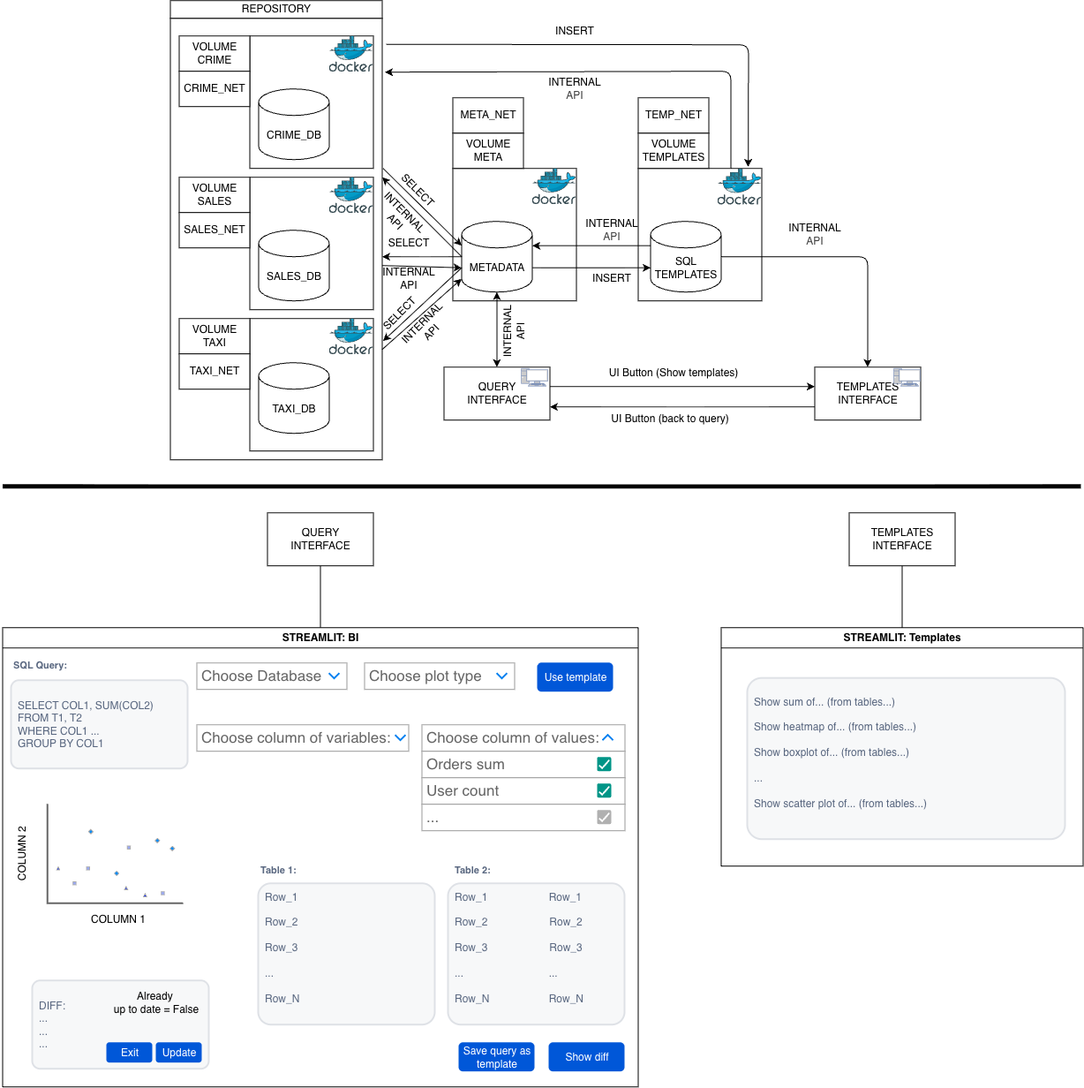
Above: 1-sem/database-management/schema/l1.png in MathematicLove/spbstu-iccs-mcs-magistracy (draw.io), before the change. Source tidied: cells renumbered, new cells last; positions are measured from the earlier drawing's top-left corner, leaving out a move shared by most shapes.
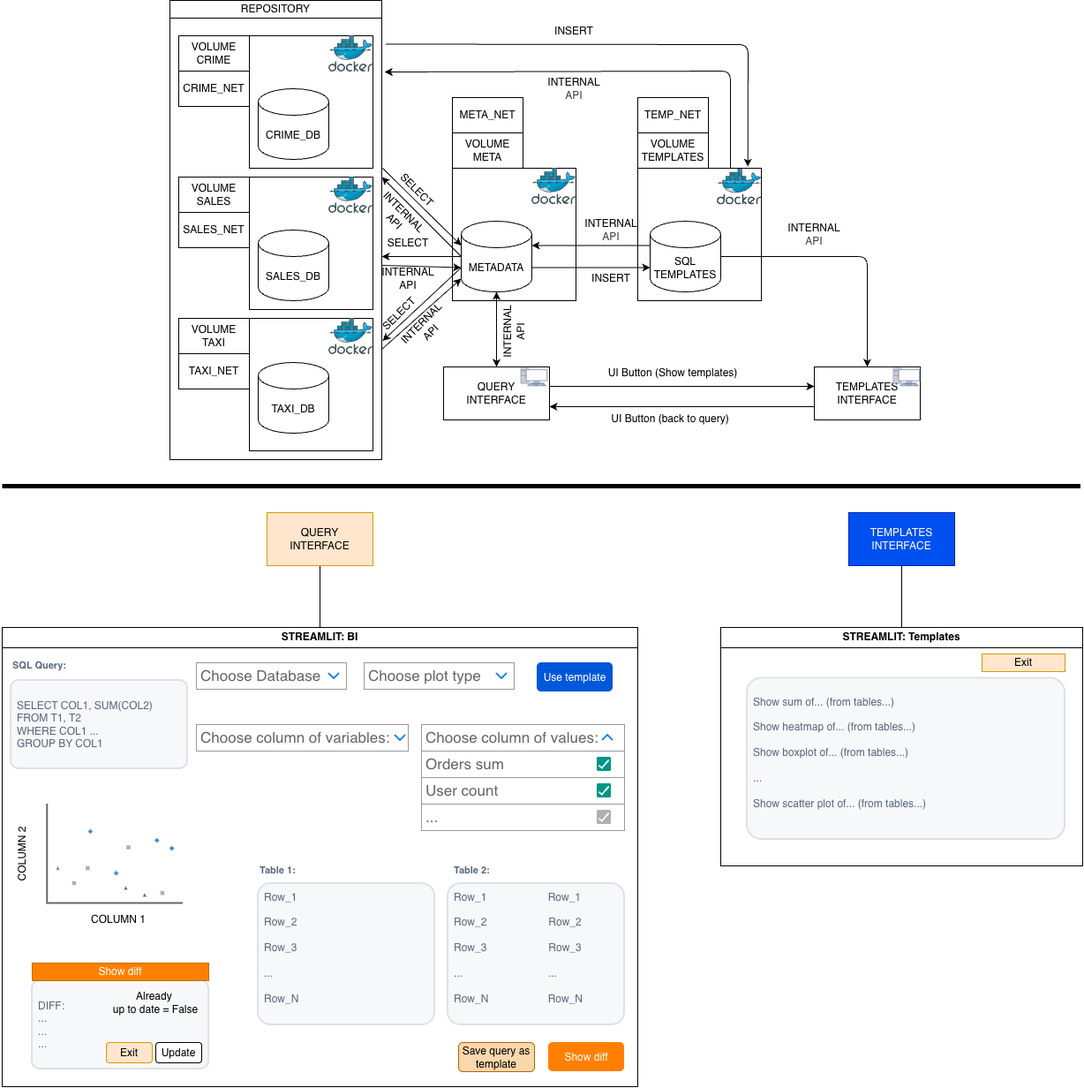
Above is the later version.

Change to the diagram source:
```diff
@@ -199,18 +199,21 @@
     <mxCell id="60" value="Show sum of... (from tables...)&lt;br&gt;&lt;div style=&quot;color: rgb(63, 63, 63); scrollbar-color: rgb(226, 226, 226) rgb(251, 251, 251);&quot;&gt;&lt;span style=&quot;color: rgb(63, 63, 63); scrollbar-color: rgb(226, 226, 226) rgb(251, 251, 251); font-family: monospace; font-size: 0px;&quot;&gt;%3CmxGraphModel%3E%3Croot%3E%3CmxCell%20id%3D%220%22%2F%3E%3CmxCell%20id%3D%221%22%20parent%3D%220%22%2F%3E%3CmxCell%20id%3D%222%22%20value%3D%22SELECT%20COL1%2C%20SUM(COL2)%26lt%3Bdiv%26gt%3BFROM%20T1%2C%20T2%26lt%3B%2Fdiv%26gt%3B%26lt%3Bdiv%26gt%3BWHERE%20COL1%20...%26lt%3B%2Fdiv%26gt%3B%26lt%3Bdiv%26gt%3BGROUP%20BY%20COL1%26lt%3B%2Fdiv%26gt%3B%22%20style%3D%22rounded%3D1%3BarcSize%3D9%3BfillColor%3D%23F7F8F9%3Balign%3Dleft%3BspacingLeft%3D5%3BstrokeColor%3D%23DEE1E6%3Bhtml%3D1%3BstrokeWidth%3D2%3BfontColor%3D%23596780%3BfontSize%3D12%22%20vertex%3D%221%22%20parent%3D%221%22%3E%3CmxGeometry%20x%3D%22414%22%20y%3D%22900%22%20width%3D%22200%22%20height%3D%22100%22%20as%3D%22geometry%22%2F%3E%3C%2FmxCell%3E%3C%2Froot%3E%3C%2FmxGraphM&lt;/span&gt;&lt;/div&gt;&lt;div style=&quot;scrollbar-color: rgb(226, 226, 226) rgb(251, 251, 251); color: rgb(63, 63, 63);&quot;&gt;&lt;span style=&quot;scrollbar-color: rgb(226, 226, 226) rgb(251, 251, 251); color: rgb(63, 63, 63);&quot;&gt;&lt;span style=&quot;color: rgb(89, 103, 128); font-family: Helvetica; font-size: 12px;&quot;&gt;Show heatmap of...&amp;nbsp;&lt;/span&gt;&lt;span style=&quot;color: rgb(89, 103, 128);&quot;&gt;(from tables...)&lt;/span&gt;&lt;div style=&quot;color: rgb(63, 63, 63); font-family: Helvetica; font-size: 12px; scrollbar-color: rgb(226, 226, 226) rgb(251, 251, 251);&quot;&gt;&lt;span style=&quot;color: rgb(63, 63, 63); scrollbar-color: rgb(226, 226, 226) rgb(251, 251, 251); font-family: monospace; font-size: 0px;&quot;&gt;%3CmxGraphModel%3E%3Croot%3E%3CmxCell%20id%3D%220%22%2F%3E%3CmxCell%20id%3D%221%22%20parent%3D%220%22%2F%3E%3CmxCell%20id%3D%222%22%20value%3D%22SELECT%20COL1%2C%20SUM(COL2)%26lt%3Bdiv%26gt%3BFROM%20T1%2C%20T2%26lt%3B%2Fdiv%26gt%3B%26lt%3Bdiv%26gt%3BWHERE%20COL1%20...%26lt%3B%2Fdiv%26gt%3B%26lt%3Bdiv%26gt%3BGROUP%20BY%20COL1%26lt%3B%2Fdiv%26gt%3B%22%20style%3D%22rounded%3D1%3BarcSize%3D9%3BfillColor%3D%23F7F8F9%3Balign%3Dleft%3BspacingLeft%3D5%3BstrokeColor%3D%23DEE1E6%3Bhtml%3D1%3BstrokeWidth%3D2%3BfontColor%3D%23596780%3BfontSize%3D12%22%20vertex%3D%221%22%20parent%3D%221%22%3E%3CmxGeometry%20x%3D%22414%22%20y%3D%22900%22%20width%3D%22200%22%20height%3D%22100%22%20as%3D%22geometry%22%2F%3E%3C%2FmxCell%3E%3C%2Froot%3E%3C%2FmxGraphM&lt;/span&gt;&lt;/div&gt;&lt;div style=&quot;scrollbar-color: rgb(226, 226, 226) rgb(251, 251, 251); color: rgb(63, 63, 63);&quot;&gt;&lt;span style=&quot;scrollbar-color: rgb(226, 226, 226) rgb(251, 251, 251); color: rgb(63, 63, 63);&quot;&gt;&lt;span style=&quot;color: rgb(89, 103, 128); font-family: Helvetica; font-size: 12px;&quot;&gt;Show boxplot of...&amp;nbsp;&lt;/span&gt;&lt;span style=&quot;color: rgb(89, 103, 128);&quot;&gt;(from tables...)&lt;/span&gt;&lt;div style=&quot;color: rgb(63, 63, 63); font-family: Helvetica; font-size: 12px; scrollbar-color: rgb(226, 226, 226) rgb(251, 251, 251);&quot;&gt;&lt;span style=&quot;color: rgb(63, 63, 63); scrollbar-color: rgb(226, 226, 226) rgb(251, 251, 251); font-family: monospace; font-size: 0px;&quot;&gt;%3CmxGraphModel%3E%3Croot%3E%3CmxCell%20id%3D%220%22%2F%3E%3CmxCell%20id%3D%221%22%20parent%3D%220%22%2F%3E%3CmxCell%20id%3D%222%22%20value%3D%22SELECT%20COL1%2C%20SUM(COL2)%26lt%3Bdiv%26gt%3BFROM%20T1%2C%20T2%26lt%3B%2Fdiv%26gt%3B%26lt%3Bdiv%26gt%3BWHERE%20COL1%20...%26lt%3B%2Fdiv%26gt%3B%26lt%3Bdiv%26gt%3BGROUP%20BY%20COL1%26lt%3B%2Fdiv%26gt%3B%22%20style%3D%22rounded%3D1%3BarcSize%3D9%3BfillColor%3D%23F7F8F9%3Balign%3Dleft%3BspacingLeft%3D5%3BstrokeColor%3D%23DEE1E6%3Bhtml%3D1%3BstrokeWidth%3D2%3BfontColor%3D%23596780%3BfontSize%3D12%22%20vertex%3D%221%22%20parent%3D%221%22%3E%3CmxGeometry%20x%3D%22414%22%20y%3D%22900%22%20width%3D%22200%22%20height%3D%22100%22%20as%3D%22geometry%22%2F%3E%3C%2FmxCell%3E%3C%2Froot%3E%3C%2FmxGraphM_&lt;/span&gt;&lt;/div&gt;&lt;div style=&quot;scrollbar-color: rgb(226, 226, 226) rgb(251, 251, 251); color: rgb(63, 63, 63);&quot;&gt;&lt;span style=&quot;scrollbar-color: rgb(226, 226, 226) rgb(251, 251, 251); color: rgb(63, 63, 63);&quot;&gt;&lt;font color=&quot;#596780&quot;&gt;...&lt;/font&gt;&lt;br&gt;&lt;div style=&quot;color: rgb(63, 63, 63); font-family: Helvetica; font-size: 12px; scrollbar-color: rgb(226, 226, 226) rgb(251, 251, 251);&quot;&gt;&lt;span style=&quot;color: rgb(63, 63, 63); scrollbar-color: rgb(226, 226, 226) rgb(251, 251, 251); font-family: monospace; font-size: 0px;&quot;&gt;%3CmxGraphModel%3E%3Croot%3E%3CmxCell%20id%3D%220%22%2F%3E%3CmxCell%20id%3D%221%22%20parent%3D%220%22%2F%3E%3CmxCell%20id%3D%222%22%20value%3D%22SELECT%20COL1%2C%20SUM(COL2)%26lt%3Bdiv%26gt%3BFROM%20T1%2C%20T2%26lt%3B%2Fdiv%26gt%3B%26lt%3Bdiv%26gt%3BWHERE%20COL1%20...%26lt%3B%2Fdiv%26gt%3B%26lt%3Bdiv%26gt%3BGROUP%20BY%20COL1%26lt%3B%2Fdiv%26gt%3B%22%20style%3D%22rounded%3D1%3BarcSize%3D9%3BfillColor%3D%23F7F8F9%3Balign%3Dleft%3BspacingLeft%3D5%3BstrokeColor%3D%23DEE1E6%3Bhtml%3D1%3BstrokeWidth%3D2%3BfontColor%3D%23596780%3BfontSize%3D12%22%20vertex%3D%221%22%20parent%3D%221%22%3E%3CmxGeometry%20x%3D%22414%22%20y%3D%22900%22%20width%3D%22200%22%20height%3D%22100%22%20as%3D%22geometry%22%2F%3E%3C%2FmxCell%3E%3C%2Froot%3E%3C%2FmxGraphM&lt;/span&gt;&lt;/div&gt;&lt;div style=&quot;color: rgb(63, 63, 63); font-family: Helvetica; font-size: 12px; scrollbar-color: rgb(226, 226, 226) rgb(251, 251, 251);&quot;&gt;&lt;span style=&quot;color: rgb(63, 63, 63); scrollbar-color: rgb(226, 226, 226) rgb(251, 251, 251); font-family: monospace; font-size: 0px;&quot;&gt;&lt;span style=&quot;color: rgb(89, 103, 128); font-family: Helvetica; font-size: 12px;&quot;&gt;Show scatter plot of...&amp;nbsp;&lt;/span&gt;&lt;span style=&quot;color: rgb(89, 103, 128); font-family: Helvetica; font-size: 12px;&quot;&gt;(from tables...)&lt;/span&gt;&lt;div style=&quot;color: rgb(63, 63, 63); scrollbar-color: rgb(226, 226, 226) rgb(251, 251, 251); font-family: Helvetica; font-size: 12px;&quot;&gt;&lt;span style=&quot;color: rgb(63, 63, 63); scrollbar-color: rgb(226, 226, 226) rgb(251, 251, 251); font-family: monospace; font-size: 0px;&quot;&gt;%3CmxGraphModel%3E%3Croot%3E%3CmxCell%20id%3D%220%22%2F%3E%3CmxCell%20id%3D%221%22%20parent%3D%220%22%2F%3E%3CmxCell%20id%3D%222%22%20value%3D%22SELECT%20COL1%2C%20SUM(COL2)%26lt%3Bdiv%26gt%3BFROM%20T1%2C%20T2%26lt%3B%2Fdiv%26gt%3B%26lt%3Bdiv%26gt%3BWHERE%20COL1%20...%26lt%3B%2Fdiv%26gt%3B%26lt%3Bdiv%26gt%3BGROUP%20BY%20COL1%26lt%3B%2Fdiv%26gt%3B%22%20style%3D%22rounded%3D1%3BarcSize%3D9%3BfillColor%3D%23F7F8F9%3Balign%3Dleft%3BspacingLeft%3D5%3BstrokeColor%3D%23DEE1E6%3Bhtml%3D1%3BstrokeWidth%3D2%3BfontColor%3D%23596780%3BfontSize%3D12%22%20vertex%3D%221%22%20parent%3D%221%22%3E%3CmxGeometry%20x%3D%22414%22%20y%3D%22900%22%20width%3D%22200%22%20height%3D%22100%22%20as%3D%22geometry%22%2F%3E%3C%2FmxCell%3E%3C%2Froot%3E%3C%2FmxGraphM&lt;/span&gt;&lt;/div&gt;&lt;/span&gt;&lt;/div&gt;&lt;/span&gt;&lt;/div&gt;&lt;/span&gt;&lt;/div&gt;&lt;/span&gt;&lt;/div&gt;" style="rounded=1;arcSize=9;fillColor=#F7F8F9;align=left;spacingLeft=5;strokeColor=#DEE1E6;html=1;strokeWidth=2;fontColor=#596780;fontSize=12;" parent="59" vertex="1">
       <mxGeometry x="30" y="57.5" width="360" height="182.5" as="geometry" />
     </mxCell>
+    <mxCell id="100" value="Exit" style="rounded=0;whiteSpace=wrap;html=1;fillColor=#ffe6cc;strokeColor=#d79b00;" parent="59" vertex="1">
+      <mxGeometry x="296" y="30" width="94" height="20" as="geometry" />
+    </mxCell>
     <mxCell id="61" style="edgeStyle=none;html=1;exitX=0.5;exitY=1;exitDx=0;exitDy=0;entryX=0.5;entryY=0;entryDx=0;entryDy=0;endArrow=none;endFill=0;" parent="1" edge="1" source="62">
       <mxGeometry relative="1" as="geometry">
         <mxPoint x="379" y="710" as="targetPoint" />
       </mxGeometry>
     </mxCell>
-    <mxCell id="62" value="&lt;div&gt;QUERY&lt;/div&gt;INTERFACE" style="rounded=0;whiteSpace=wrap;html=1;" parent="1" vertex="1">
+    <mxCell id="62" value="&lt;div&gt;QUERY&lt;/div&gt;INTERFACE" style="rounded=0;whiteSpace=wrap;html=1;fillColor=#ffe6cc;strokeColor=#d79b00;" parent="1" vertex="1">
       <mxGeometry x="319" y="580" width="120" height="60" as="geometry" />
     </mxCell>
     <mxCell id="63" style="edgeStyle=none;html=1;exitX=0.5;exitY=1;exitDx=0;exitDy=0;entryX=0.5;entryY=0;entryDx=0;entryDy=0;endArrow=none;endFill=0;" parent="1" edge="1" source="64" target="59">
       <mxGeometry relative="1" as="geometry" />
     </mxCell>
-    <mxCell id="64" value="&lt;div&gt;TEMPLATES&lt;/div&gt;INTERFACE" style="rounded=0;whiteSpace=wrap;html=1;" parent="1" vertex="1">
+    <mxCell id="64" value="&lt;div&gt;&lt;span style=&quot;color: rgb(255, 255, 255);&quot;&gt;TEMPLATES&lt;/span&gt;&lt;/div&gt;INTERFACE" style="rounded=0;whiteSpace=wrap;html=1;fillColor=#0050ef;fontColor=#ffffff;strokeColor=#001DBC;" parent="1" vertex="1">
       <mxGeometry x="978" y="580" width="120" height="60" as="geometry" />
     </mxCell>
     <mxCell id="65" value="UI Button (Show templates)" style="text;html=1;align=center;verticalAlign=middle;whiteSpace=wrap;rounded=0;rotation=0;" parent="1" vertex="1">
@@ -273,19 +276,19 @@
     <mxCell id="84" style="html=1;verticalLabelPosition=bottom;labelBackgroundColor=#ffffff;verticalAlign=top;shadow=0;dashed=0;strokeWidth=2;shape=mxgraph.ios7.misc.down;strokeColor=#0080f0;" parent="67" vertex="1">
       <mxGeometry x="560" y="52" width="12" height="6" as="geometry" />
     </mxCell>
-    <mxCell id="85" value="Show diff" style="rounded=1;fillColor=#0057D8;strokeColor=none;html=1;whiteSpace=wrap;fontColor=#ffffff;align=center;verticalAlign=middle;fontStyle=0;fontSize=12;sketch=0;" parent="67" vertex="1">
+    <mxCell id="85" value="Show diff" style="rounded=1;fillColor=#FF8000;strokeColor=none;html=1;whiteSpace=wrap;fontColor=#ffffff;align=center;verticalAlign=middle;fontStyle=0;fontSize=12;sketch=0;" parent="67" vertex="1">
       <mxGeometry x="619" y="470" width="86" height="33" as="geometry" />
     </mxCell>
-    <mxCell id="86" value="Save query as template" style="rounded=1;fillColor=#0057D8;strokeColor=none;html=1;whiteSpace=wrap;fontColor=#ffffff;align=center;verticalAlign=middle;fontStyle=0;fontSize=12;sketch=0;" parent="67" vertex="1">
+    <mxCell id="86" value="Save query as template" style="rounded=1;fillColor=#fad7ac;strokeColor=#b46504;html=1;whiteSpace=wrap;align=center;verticalAlign=middle;fontStyle=0;fontSize=12;sketch=0;" parent="67" vertex="1">
       <mxGeometry x="517" y="470" width="86" height="33" as="geometry" />
     </mxCell>
     <mxCell id="87" value="DIFF:&lt;div&gt;...&lt;/div&gt;&lt;div&gt;...&lt;/div&gt;&lt;div&gt;...&lt;/div&gt;" style="rounded=1;arcSize=9;fillColor=#F7F8F9;align=left;spacingLeft=5;strokeColor=#DEE1E6;html=1;strokeWidth=2;fontColor=#596780;fontSize=12;" parent="67" vertex="1">
       <mxGeometry x="34" y="400" width="200" height="100" as="geometry" />
     </mxCell>
-    <mxCell id="88" value="Update" style="rounded=1;fillColor=#0057D8;strokeColor=none;html=1;whiteSpace=wrap;fontColor=#ffffff;align=center;verticalAlign=middle;fontStyle=0;fontSize=12;sketch=0;" parent="67" vertex="1">
+    <mxCell id="88" value="Update" style="rounded=1;html=1;whiteSpace=wrap;align=center;verticalAlign=middle;fontStyle=0;fontSize=12;sketch=0;" parent="67" vertex="1">
       <mxGeometry x="174" y="470" width="52" height="23" as="geometry" />
     </mxCell>
-    <mxCell id="89" value="Exit" style="rounded=1;fillColor=#0057D8;strokeColor=none;html=1;whiteSpace=wrap;fontColor=#ffffff;align=center;verticalAlign=middle;fontStyle=0;fontSize=12;sketch=0;" parent="67" vertex="1">
+    <mxCell id="89" value="Exit" style="rounded=1;fillColor=#ffe6cc;strokeColor=#d79b00;html=1;whiteSpace=wrap;align=center;verticalAlign=middle;fontStyle=0;fontSize=12;sketch=0;" parent="67" vertex="1">
       <mxGeometry x="118" y="470" width="52" height="23" as="geometry" />
     </mxCell>
     <mxCell id="90" value="Already&amp;nbsp;&lt;div&gt;up to date = False&lt;/div&gt;" style="text;html=1;align=center;verticalAlign=middle;whiteSpace=wrap;rounded=0;" parent="67" vertex="1">
@@ -315,6 +318,9 @@
     <mxCell id="98" value="Use template" style="rounded=1;fillColor=#0057D8;strokeColor=none;html=1;whiteSpace=wrap;fontColor=#ffffff;align=center;verticalAlign=middle;fontStyle=0;fontSize=12;sketch=0;" parent="67" vertex="1">
       <mxGeometry x="606" y="40" width="86" height="33" as="geometry" />
     </mxCell>
+    <mxCell id="101" value="&lt;span style=&quot;color: rgb(255, 255, 255);&quot;&gt;Show diff&lt;/span&gt;" style="rounded=0;whiteSpace=wrap;html=1;fillColor=#FF8000;strokeColor=#BD7000;fontColor=#000000;" parent="67" vertex="1">
+      <mxGeometry x="34" y="380" width="200" height="20" as="geometry" />
+    </mxCell>
     <mxCell id="99" style="endArrow=none;html=1;strokeWidth=5;" parent="1" edge="1">
       <mxGeometry relative="1" as="geometry">
         <mxPoint x="19" y="550" as="sourcePoint" />
```
